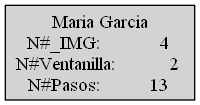
The Graphviz diagram Proyecto/topmaspasos.dot.png in Serrano18/EDD_PROYECTO_202201989, before a commit. Its source is kept beside it as Proyecto/topmaspasos.dot. The source it was exported from:
```dot
 digraph colac {
     node [shape=box, style=filled];
     "ClienteMasPasos" [label="Maria Garcia\nN#_IMG:            4 \nN#Ventanilla:           2 \nN#Pasos:          13 ", shape=box];
 }
```
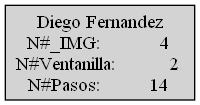
After the commit.

What changed in the source:
```diff
@@ -1,4 +1,4 @@
  digraph colac {
      node [shape=box, style=filled];
-     "ClienteMasPasos" [label="Maria Garcia\nN#_IMG:            4 \nN#Ventanilla:           2 \nN#Pasos:          13 ", shape=box];
+     "ClienteMasPasos" [label="Diego Fernandez\nN#_IMG:            4 \nN#Ventanilla:           2 \nN#Pasos:          14 ", shape=box];
  }
```
